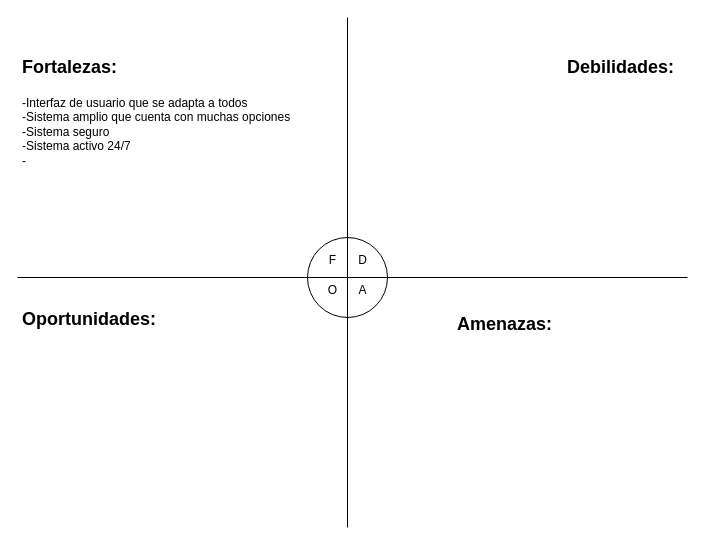
Practicas-Profesionalizantes/2026-6-2-Grupo_6--MaplySevices-- keeps this draw.io diagram as Diagrama FODA.drawio. Above is the earlier version. Source tidied: cells renumbered, new cells numbered last; positions are measured from the earlier drawing's top-left corner, leaving out a move shared by most shapes. Both pictures are drawn from the tidied source at 100%, with x=0, y=0 at pixel (17, 17).
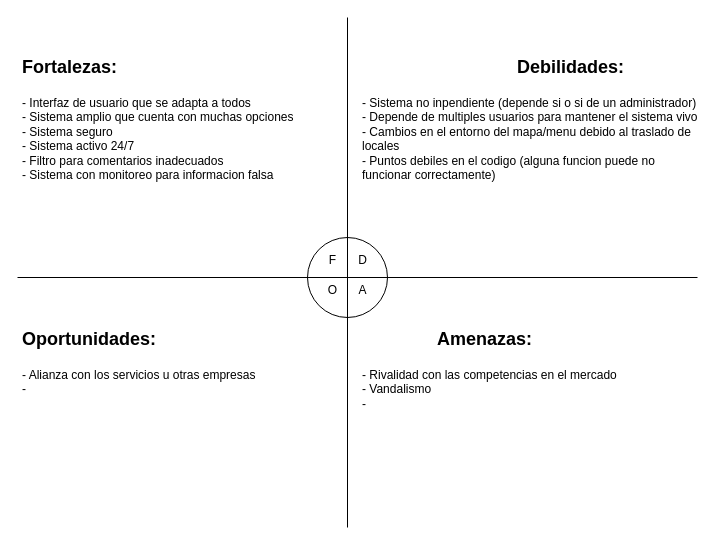
Above is the later version.

Commit message:
Adjunto diagrama FODA

Segunda version del diagrama

What changed in the source:
```diff
@@
 <mxGraphModel>
   <root>
     <mxCell id="0" />
     <mxCell id="1" parent="0" />
     <mxCell id="2" style="ellipse;whiteSpace=wrap;html=1;" parent="1" vertex="1">
       <mxGeometry x="290" y="220" width="80" height="80" as="geometry" />
     </mxCell>
     <mxCell id="3" style="endArrow=none;html=1;rounded=0;" parent="1" edge="1">
       <mxGeometry relative="1" as="geometry">
         <mxPoint y="260" as="sourcePoint" />
-        <mxPoint x="670" y="260" as="targetPoint" />
+        <mxPoint x="680" y="260" as="targetPoint" />
       </mxGeometry>
     </mxCell>
     <mxCell id="4" style="endArrow=none;html=1;rounded=0;" parent="1" edge="1">
       <mxGeometry relative="1" as="geometry">
         <mxPoint x="330" y="510" as="sourcePoint" />
         <mxPoint x="330" as="targetPoint" />
       </mxGeometry>
     </mxCell>
     <mxCell id="5" value="F" style="text;html=1;align=center;verticalAlign=middle;strokeColor=none;fillColor=none;" parent="1" vertex="1">
       <mxGeometry x="300" y="228" width="30" height="30" as="geometry" />
     </mxCell>
     <mxCell id="6" value="D" style="text;html=1;align=center;verticalAlign=middle;strokeColor=none;fillColor=none;" parent="1" vertex="1">
       <mxGeometry x="330" y="228" width="30" height="30" as="geometry" />
     </mxCell>
     <mxCell id="7" value="O" style="text;html=1;align=center;verticalAlign=middle;strokeColor=none;fillColor=none;" parent="1" vertex="1">
       <mxGeometry x="300" y="258" width="30" height="30" as="geometry" />
     </mxCell>
     <mxCell id="8" value="A" style="text;html=1;align=center;verticalAlign=middle;strokeColor=none;fillColor=none;" parent="1" vertex="1">
       <mxGeometry x="330" y="258" width="30" height="30" as="geometry" />
     </mxCell>
     <mxCell id="9" value="&lt;span style=&quot;font-size: 8px;&quot;&gt;&lt;br&gt;&lt;/span&gt;" style="text;html=1;align=center;verticalAlign=middle;strokeColor=none;fillColor=none;" parent="1" vertex="1">
       <mxGeometry x="150" y="148" width="20" height="30" as="geometry" />
     </mxCell>
-    <mxCell id="10" value="&lt;h1&gt;&lt;font style=&quot;font-size: 18px;&quot;&gt;Fortalezas:&lt;/font&gt;&lt;/h1&gt;&lt;div&gt;-Interfaz de usuario que se adapta a todos&lt;/div&gt;&lt;div&gt;-Sistema amplio que cuenta con muchas opciones&lt;/div&gt;&lt;div&gt;-Sistema seguro&lt;/div&gt;&lt;div&gt;-Sistema activo 24/7&lt;/div&gt;&lt;div&gt;-&lt;/div&gt;&lt;div&gt;&lt;br&gt;&lt;/div&gt;&lt;div&gt;&lt;br&gt;&lt;/div&gt;" style="text;html=1;strokeColor=none;fillColor=none;spacing=5;spacingTop=-20;whiteSpace=wrap;overflow=hidden;rounded=0;" parent="1" vertex="1">
+    <mxCell id="10" value="&lt;h1&gt;&lt;font style=&quot;font-size: 18px;&quot;&gt;Fortalezas:&lt;/font&gt;&lt;/h1&gt;&lt;div&gt;- Interfaz de usuario que se adapta a todos&lt;/div&gt;&lt;div&gt;- Sistema amplio que cuenta con muchas opciones&lt;/div&gt;&lt;div&gt;- Sistema seguro&lt;/div&gt;&lt;div&gt;- Sistema activo 24/7&lt;/div&gt;&lt;div&gt;- Filtro para comentarios inadecuados&lt;/div&gt;&lt;div&gt;- Sistema con monitoreo para informacion falsa&lt;/div&gt;&lt;div&gt;&lt;br&gt;&lt;/div&gt;" style="text;html=1;strokeColor=none;fillColor=none;spacing=5;spacingTop=-20;whiteSpace=wrap;overflow=hidden;rounded=0;" parent="1" vertex="1">
       <mxGeometry y="28" width="320" height="192" as="geometry" />
     </mxCell>
-    <mxCell id="11" value="&lt;h1&gt;&lt;span style=&quot;font-size: 18px;&quot;&gt;&amp;nbsp; &amp;nbsp; &amp;nbsp; &amp;nbsp; &amp;nbsp; &amp;nbsp; &amp;nbsp; &amp;nbsp; &amp;nbsp; &amp;nbsp; &amp;nbsp; &amp;nbsp; &amp;nbsp; &amp;nbsp; &amp;nbsp; &amp;nbsp; &amp;nbsp; &amp;nbsp; &amp;nbsp;Debilidades:&lt;/span&gt;&lt;/h1&gt;&lt;div&gt;&lt;br&gt;&lt;/div&gt;" style="text;html=1;strokeColor=none;fillColor=none;spacing=5;spacingTop=-20;whiteSpace=wrap;overflow=hidden;rounded=0;" parent="1" vertex="1">
-      <mxGeometry x="360" y="28" width="310" height="202" as="geometry" />
+    <mxCell id="11" value="&lt;h1&gt;&lt;span style=&quot;font-size: 18px;&quot;&gt;&amp;nbsp; &amp;nbsp; &amp;nbsp; &amp;nbsp; &amp;nbsp; &amp;nbsp; &amp;nbsp; &amp;nbsp; &amp;nbsp; &amp;nbsp; &amp;nbsp; &amp;nbsp; &amp;nbsp; &amp;nbsp; &amp;nbsp; &amp;nbsp;Debilidades:&lt;/span&gt;&lt;/h1&gt;&lt;div&gt;- Sistema no inpendiente (depende si o si de un administrador)&lt;/div&gt;&lt;div&gt;- Depende de multiples usuarios para mantener el sistema vivo&lt;/div&gt;&lt;div&gt;- Cambios en el entorno del mapa/menu debido al traslado de locales&lt;/div&gt;&lt;div&gt;- Puntos debiles en el codigo (alguna funcion puede no funcionar correctamente)&lt;/div&gt;&lt;div&gt;&lt;br&gt;&lt;/div&gt;" style="text;html=1;strokeColor=none;fillColor=none;spacing=5;spacingTop=-20;whiteSpace=wrap;overflow=hidden;rounded=0;" parent="1" vertex="1">
+      <mxGeometry x="340" y="28" width="350" height="192" as="geometry" />
     </mxCell>
-    <mxCell id="12" value="&lt;h1&gt;&lt;span style=&quot;font-size: 18px;&quot;&gt;&amp;nbsp; &amp;nbsp; &amp;nbsp; &amp;nbsp; &amp;nbsp; &amp;nbsp; &amp;nbsp; &amp;nbsp;Amenazas:&lt;/span&gt;&lt;/h1&gt;&lt;div&gt;&lt;span style=&quot;font-size: 18px;&quot;&gt;&lt;br&gt;&lt;/span&gt;&lt;/div&gt;" style="text;html=1;strokeColor=none;fillColor=none;spacing=5;spacingTop=-20;whiteSpace=wrap;overflow=hidden;rounded=0;" parent="1" vertex="1">
-      <mxGeometry x="360" y="285" width="190" height="120" as="geometry" />
+    <mxCell id="12" value="&lt;h1&gt;&lt;span style=&quot;font-size: 18px;&quot;&gt;&amp;nbsp; &amp;nbsp; &amp;nbsp; &amp;nbsp; &amp;nbsp; &amp;nbsp; &amp;nbsp; &amp;nbsp;Amenazas:&lt;/span&gt;&lt;/h1&gt;&lt;div&gt;- Rivalidad con las competencias en el mercado&lt;/div&gt;&lt;div&gt;&lt;span style=&quot;background-color: initial;&quot;&gt;- Vandalismo&lt;/span&gt;&lt;/div&gt;&lt;div&gt;&lt;span style=&quot;background-color: initial;&quot;&gt;-&amp;nbsp;&lt;/span&gt;&lt;/div&gt;&lt;div&gt;&lt;span style=&quot;font-size: 18px;&quot;&gt;&lt;br&gt;&lt;/span&gt;&lt;/div&gt;" style="text;html=1;strokeColor=none;fillColor=none;spacing=5;spacingTop=-20;whiteSpace=wrap;overflow=hidden;rounded=0;" parent="1" vertex="1">
+      <mxGeometry x="340" y="300" width="350" height="192" as="geometry" />
     </mxCell>
-    <mxCell id="13" value="&lt;h1&gt;&lt;span style=&quot;font-size: 18px;&quot;&gt;Oportunidades:&lt;/span&gt;&lt;/h1&gt;" style="text;html=1;strokeColor=none;fillColor=none;spacing=5;spacingTop=-20;whiteSpace=wrap;overflow=hidden;rounded=0;" parent="1" vertex="1">
-      <mxGeometry y="280" width="190" height="120" as="geometry" />
-    </mxCell>
+    <mxCell id="14" value="&lt;h1&gt;&lt;font style=&quot;font-size: 18px;&quot;&gt;Oportunidades:&lt;/font&gt;&lt;/h1&gt;&lt;div&gt;&lt;span style=&quot;background-color: initial;&quot;&gt;- Alianza con los servicios u otras empresas&lt;/span&gt;&lt;/div&gt;&lt;div&gt;&lt;span style=&quot;background-color: initial;&quot;&gt;-&amp;nbsp;&lt;/span&gt;&lt;/div&gt;&lt;div&gt;&lt;br&gt;&lt;/div&gt;" style="text;html=1;strokeColor=none;fillColor=none;spacing=5;spacingTop=-20;whiteSpace=wrap;overflow=hidden;rounded=0;" parent="1" vertex="1">
+      <mxGeometry y="300" width="320" height="192" as="geometry" />
+    </mxCell>
   </root>
 </mxGraphModel>
```
